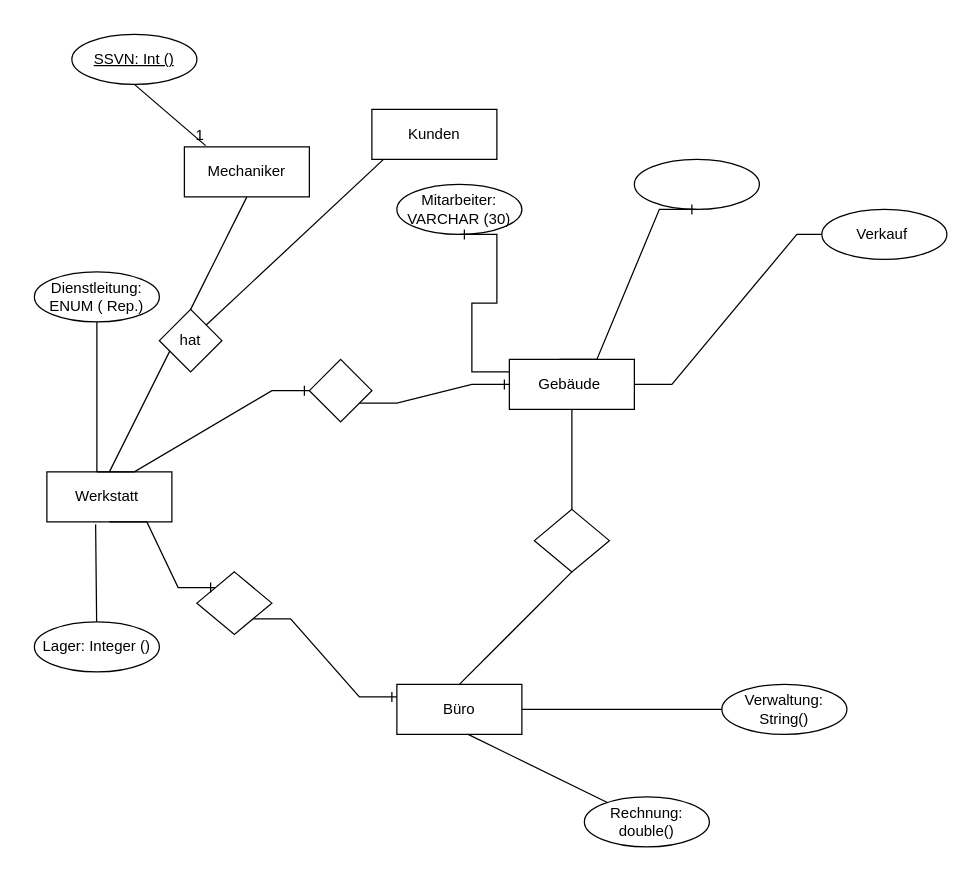
Earlier version of the draw.io diagram Unbenanntes Diagramm.drawio (FN56/samples). Source tidied: cells renumbered, new cells numbered last; positions are measured from the earlier drawing's top-left corner, leaving out a move shared by most shapes. Both pictures are drawn from the tidied source at 125%, with x=0, y=0 at pixel (34, 34).
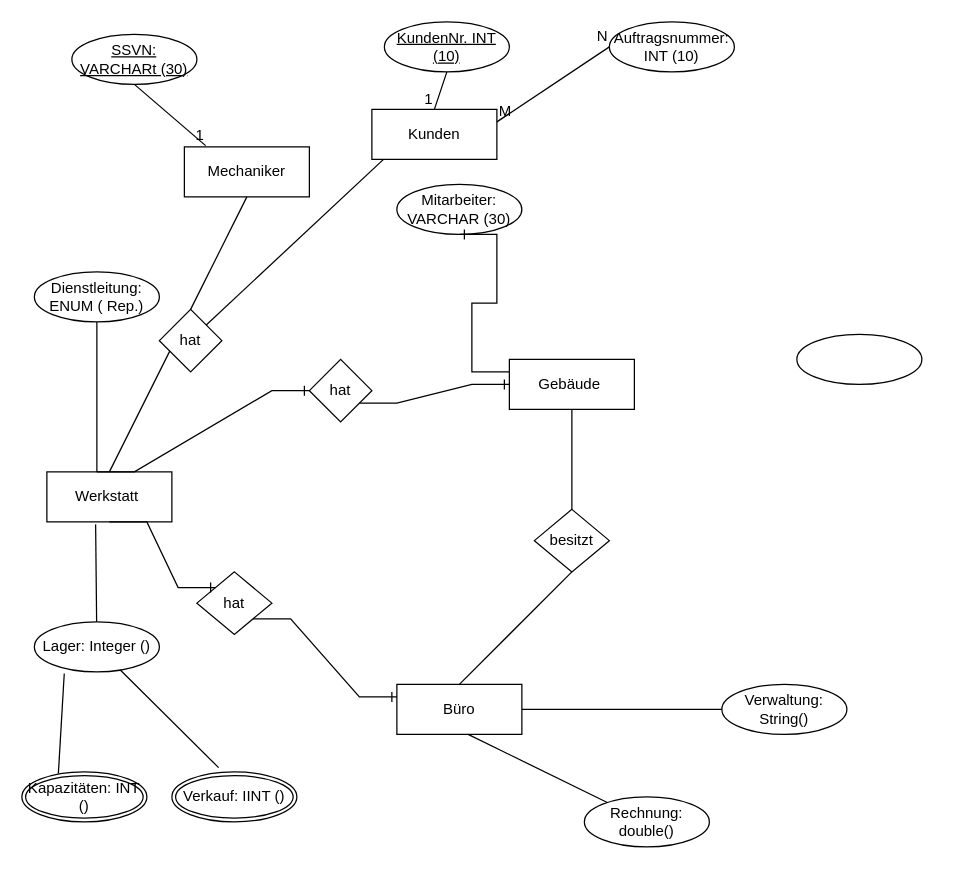
The same page after the edit.

The change refers to these unchanged cells:
```xml
<mxCell id="19" value="Lager: Integer ()" style="ellipse;whiteSpace=wrap;html=1;align=center;" parent="1" vertex="1">
  <mxGeometry y="470" width="100" height="40" as="geometry" />
</mxCell>
<mxCell id="30" value="Kunden" style="whiteSpace=wrap;html=1;align=center;" parent="1" vertex="1">
  <mxGeometry x="270" y="60" width="100" height="40" as="geometry" />
</mxCell>
```

Change to the diagram source:
```diff
@@
-    <mxCell id="4" style="edgeStyle=entityRelationEdgeStyle;fontSize=12;html=1;endArrow=ERone;endFill=1;rounded=0;" parent="1" edge="1">
-      <mxGeometry relative="1" as="geometry">
-        <mxPoint x="480" y="280" as="sourcePoint" />
-        <mxPoint x="640" y="160" as="targetPoint" />
-        <Array as="points">
-          <mxPoint x="530" y="230" />
-        </Array>
-      </mxGeometry>
-    </mxCell>
-    <mxCell id="5" value="Verkauf&amp;nbsp;" style="ellipse;whiteSpace=wrap;html=1;align=center;" parent="1" vertex="1">
-      <mxGeometry x="630" y="140" width="100" height="40" as="geometry" />
-    </mxCell>
     <mxCell id="6" style="ellipse;whiteSpace=wrap;html=1;align=center;" parent="1" vertex="1">
-      <mxGeometry x="480" y="100" width="100" height="40" as="geometry" />
+      <mxGeometry x="610" y="240" width="100" height="40" as="geometry" />
     </mxCell>
-    <mxCell id="7" style="edgeStyle=entityRelationEdgeStyle;fontSize=12;html=1;endArrow=ERone;endFill=1;rounded=0;entryX=0.5;entryY=1;entryDx=0;entryDy=0;" parent="1" edge="1" target="6">
-      <mxGeometry relative="1" as="geometry">
-        <mxPoint x="420" y="260" as="sourcePoint" />
-        <Array as="points">
-          <mxPoint x="470" y="210" />
-        </Array>
-      </mxGeometry>
-    </mxCell>
@@
-    <mxCell id="12" style="shape=rhombus;perimeter=rhombusPerimeter;whiteSpace=wrap;html=1;align=center;" parent="1" vertex="1">
+    <mxCell id="12" value="hat" style="shape=rhombus;perimeter=rhombusPerimeter;whiteSpace=wrap;html=1;align=center;" parent="1" vertex="1">
       <mxGeometry x="130" y="430" width="60" height="50" as="geometry" />
     </mxCell>
-    <mxCell id="13" style="shape=rhombus;perimeter=rhombusPerimeter;whiteSpace=wrap;html=1;align=center;" parent="1" vertex="1">
+    <mxCell id="13" value="hat" style="shape=rhombus;perimeter=rhombusPerimeter;whiteSpace=wrap;html=1;align=center;" parent="1" vertex="1">
       <mxGeometry x="220" y="260" width="50" height="50" as="geometry" />
     </mxCell>
@@
-    <mxCell id="22" style="shape=rhombus;perimeter=rhombusPerimeter;whiteSpace=wrap;html=1;align=center;" parent="1" vertex="1">
+    <mxCell id="22" value="besitzt" style="shape=rhombus;perimeter=rhombusPerimeter;whiteSpace=wrap;html=1;align=center;" parent="1" vertex="1">
       <mxGeometry x="400" y="380" width="60" height="50" as="geometry" />
     </mxCell>
@@
-    <mxCell id="34" value="SSVN: Int ()" style="ellipse;whiteSpace=wrap;html=1;align=center;fontStyle=4;" parent="1" vertex="1">
+    <mxCell id="34" value="SSVN: VARCHARt (30)" style="ellipse;whiteSpace=wrap;html=1;align=center;fontStyle=4;" parent="1" vertex="1">
       <mxGeometry x="30" width="100" height="40" as="geometry" />
     </mxCell>
@@
+    <mxCell id="37" value="KundenNr. INT (10)" style="ellipse;whiteSpace=wrap;html=1;align=center;fontStyle=4;" parent="1" vertex="1">
+      <mxGeometry x="280" y="-10" width="100" height="40" as="geometry" />
+    </mxCell>
+    <mxCell id="38" style="endArrow=none;html=1;rounded=0;exitX=0.5;exitY=1;exitDx=0;exitDy=0;entryX=0.5;entryY=0;entryDx=0;entryDy=0;" parent="1" edge="1" source="37" target="30">
+      <mxGeometry relative="1" as="geometry" />
+    </mxCell>
+    <mxCell id="39" value="1" style="html=1;whiteSpace=wrap;align=right;verticalAlign=bottom;" parent="38" vertex="1">
+      <mxGeometry x="1" relative="1" as="geometry" />
+    </mxCell>
+    <mxCell id="40" value="Auftragsnummer: INT (10)" style="ellipse;whiteSpace=wrap;html=1;align=center;" parent="1" vertex="1">
+      <mxGeometry x="460" y="-10" width="100" height="40" as="geometry" />
+    </mxCell>
+    <mxCell id="41" style="endArrow=none;html=1;rounded=0;exitX=1;exitY=0.25;exitDx=0;exitDy=0;entryX=0;entryY=0.5;entryDx=0;entryDy=0;" parent="1" edge="1" source="30" target="40">
+      <mxGeometry relative="1" as="geometry" />
+    </mxCell>
+    <mxCell id="42" value="M" style="html=1;whiteSpace=wrap;align=left;verticalAlign=bottom;" parent="41" vertex="1">
+      <mxGeometry x="-1" relative="1" as="geometry" />
+    </mxCell>
+    <mxCell id="43" value="N" style="html=1;whiteSpace=wrap;align=right;verticalAlign=bottom;" parent="41" vertex="1">
+      <mxGeometry x="1" relative="1" as="geometry" />
+    </mxCell>
+    <mxCell id="44" value="Kapazitäten: INT ()" style="ellipse;shape=doubleEllipse;margin=3;whiteSpace=wrap;html=1;align=center;" parent="1" vertex="1">
+      <mxGeometry x="-10" y="590" width="100" height="40" as="geometry" />
+    </mxCell>
+    <mxCell id="45" value="Verkauf: IINT ()" style="ellipse;shape=doubleEllipse;margin=3;whiteSpace=wrap;html=1;align=center;" parent="1" vertex="1">
+      <mxGeometry x="110" y="590" width="100" height="40" as="geometry" />
+    </mxCell>
+    <mxCell id="46" style="endArrow=none;html=1;rounded=0;entryX=0.374;entryY=-0.084;entryDx=0;entryDy=0;entryPerimeter=0;" parent="1" edge="1" source="19" target="45">
+      <mxGeometry relative="1" as="geometry" />
+    </mxCell>
+    <mxCell id="47" style="endArrow=none;html=1;rounded=0;entryX=0.292;entryY=0.034;entryDx=0;entryDy=0;entryPerimeter=0;exitX=0.239;exitY=1.034;exitDx=0;exitDy=0;exitPerimeter=0;" parent="1" edge="1" source="19" target="44">
+      <mxGeometry relative="1" as="geometry" />
+    </mxCell>
```
